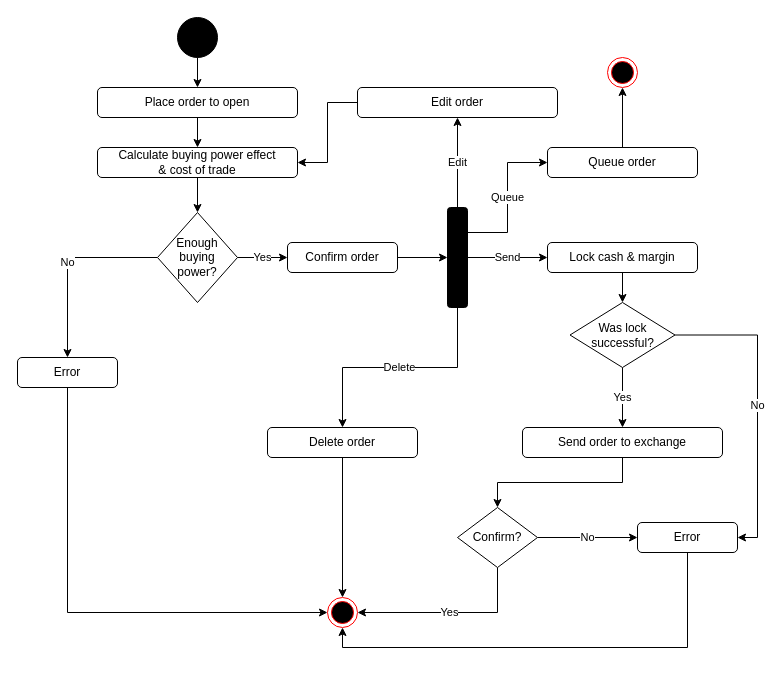
This is UC2:OpenPosition.drawio from dgboulger/SpoofTraderMarket, a draw.io file, before an edit. Source tidied: cells renumbered, new cells numbered last; positions are measured from the earlier drawing's top-left corner, leaving out a move shared by most shapes. Both pictures are drawn from the tidied source at 100%, with x=0, y=0 at pixel (17, 17).
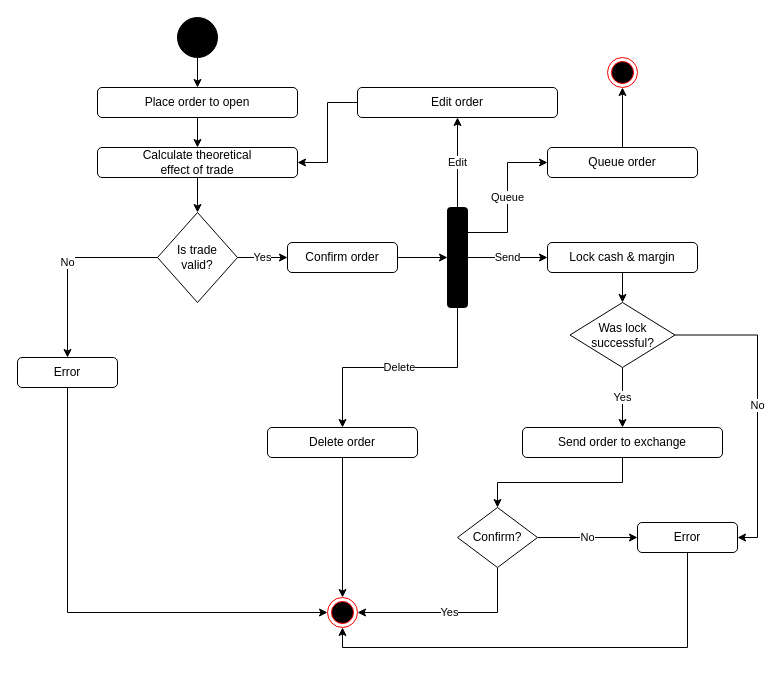
The same diagram, later.

What changed in the source:
```diff
@@
-    <mxCell id="7" value="Enough buying power?" style="rhombus;whiteSpace=wrap;html=1;fillColor=#FFFFFF;" parent="1" vertex="1">
+    <mxCell id="7" value="Is trade &lt;br&gt;valid?" style="rhombus;whiteSpace=wrap;html=1;fillColor=#FFFFFF;" parent="1" vertex="1">
       <mxGeometry x="140" y="195" width="80" height="90" as="geometry" />
     </mxCell>
@@
-    <mxCell id="21" value="Calculate buying power effect &lt;br&gt;&amp;amp; cost of trade" style="rounded=1;whiteSpace=wrap;html=1;fillColor=#FFFFFF;" parent="1" vertex="1">
+    <mxCell id="21" value="Calculate theoretical &lt;br&gt;effect of trade" style="rounded=1;whiteSpace=wrap;html=1;fillColor=#FFFFFF;" parent="1" vertex="1">
       <mxGeometry x="80" y="130" width="200" height="30" as="geometry" />
     </mxCell>
```
